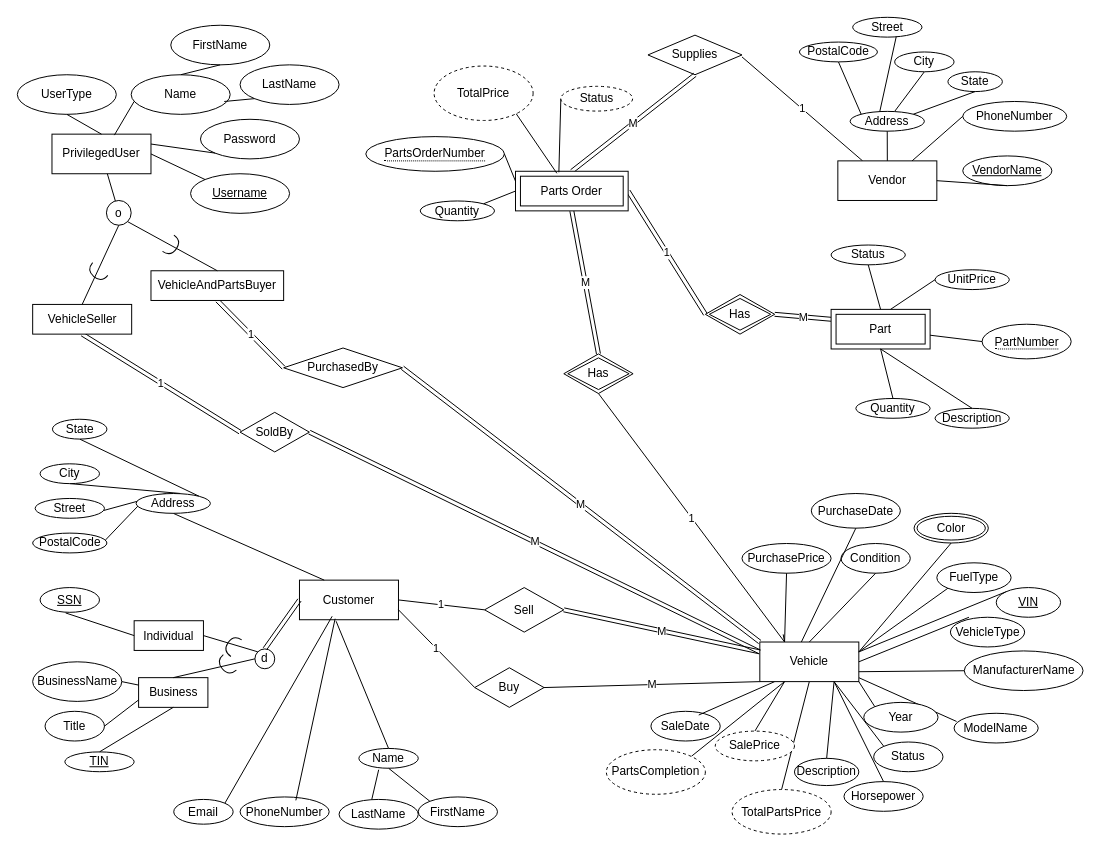
rkang427/autodb keeps this draw.io diagram as Phase_1/team006_p1_eer.drawio. Above is the earlier version. Source tidied: cells renumbered, new cells numbered last; positions are measured from the earlier drawing's top-left corner, leaving out a move shared by most shapes. Both pictures are drawn from the tidied source at 99%, with x=0, y=0 at pixel (17, 17).
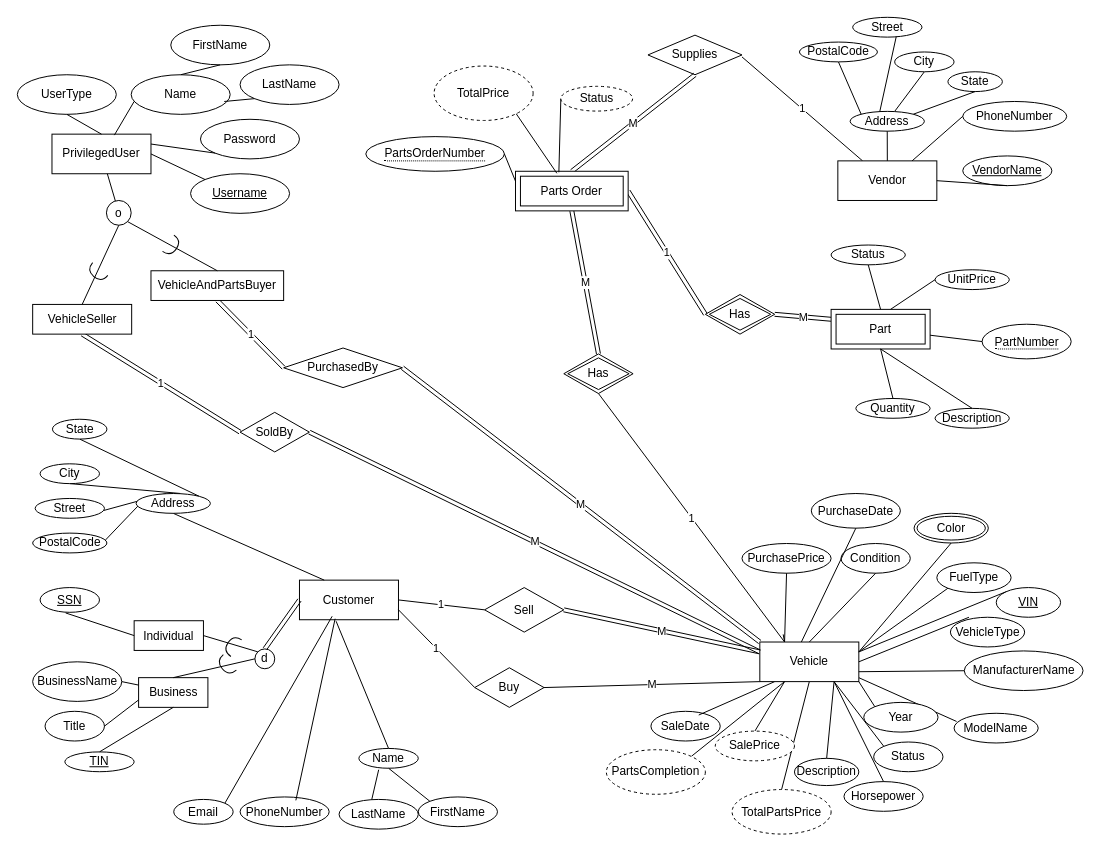
The same page after the edit.

Commit message (it also covers changes not shown here):
removed Quantity from PartsOrder

The change refers to these unchanged cells:
```xml
<mxCell id="135" style="group;" parent="1" vertex="1">
  <mxGeometry x="352" y="49.2" width="269.5" height="156.3" as="geometry" />
</mxCell>
<mxCell id="136" value="Parts Order" style="shape=ext;margin=3;double=1;whiteSpace=wrap;html=1;align=center;" parent="135" vertex="1">
  <mxGeometry x="151.2" y="106.3" width="113.8" height="40" as="geometry" />
</mxCell>
```

What changed in the source:
```diff
@@
-    <mxCell id="138" value="Quantity" style="ellipse;whiteSpace=wrap;html=1;align=center;" parent="135" vertex="1">
-      <mxGeometry x="55" y="136.3" width="75" height="20" as="geometry" />
-    </mxCell>
@@
-    <mxCell id="140" style="endArrow=none;html=1;rounded=0;exitX=1;exitY=0;exitDx=0;exitDy=0;entryX=0;entryY=0.5;entryDx=0;entryDy=0;" parent="135" edge="1" source="138" target="136">
-      <mxGeometry relative="1" as="geometry" />
-    </mxCell>
```
